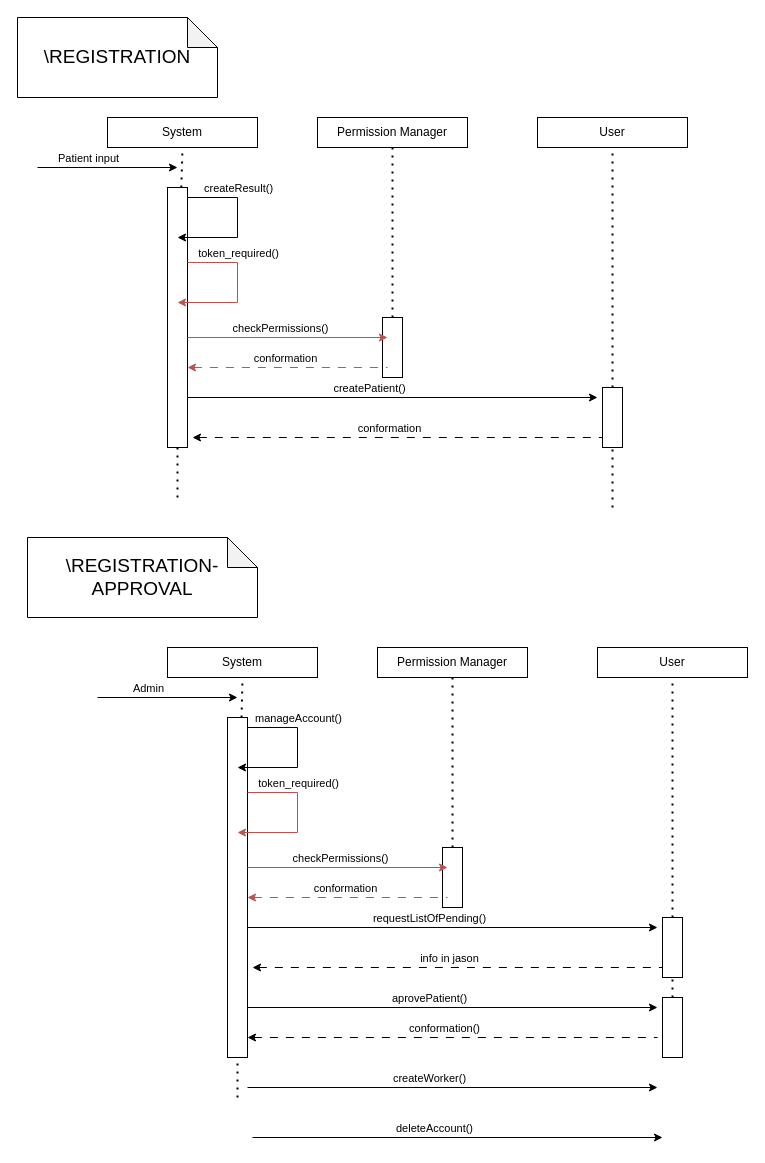
Above: Project_Documentation/sequence_design/Registration.drawio in IndecentTulip/INFO2413 (draw.io), before the change. Source tidied: cells renumbered, new cells numbered last; positions are measured from the earlier drawing's top-left corner, leaving out a move shared by most shapes. Both pictures are drawn from the tidied source at 100%, with x=0, y=0 at pixel (17, 17).
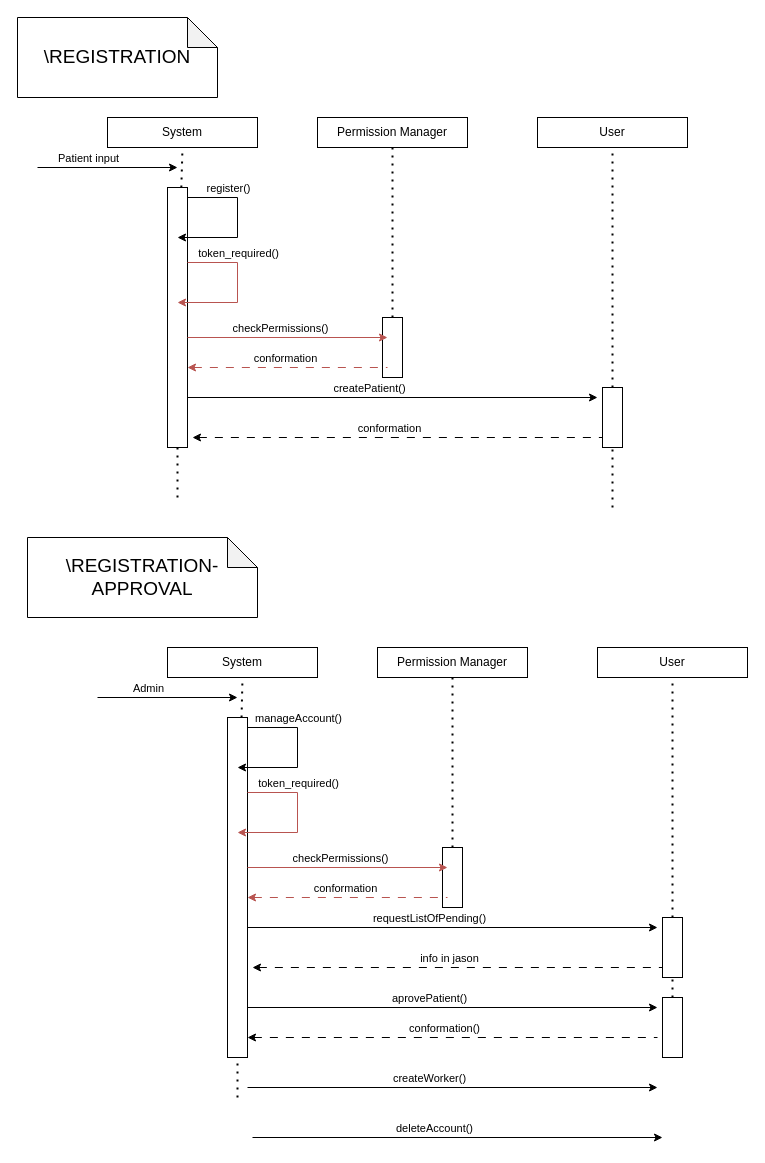
The same page after the edit.

The change refers to these unchanged cells:
```xml
<mxCell id="9" style="endArrow=classic;html=1;rounded=0;" parent="1" edge="1">
  <mxGeometry relative="1" as="geometry">
    <mxPoint x="170" y="180" as="sourcePoint" />
    <mxPoint x="160" y="220" as="targetPoint" />
    <Array as="points">
      <mxPoint x="220" y="180" />
      <mxPoint x="220" y="220" />
    </Array>
  </mxGeometry>
</mxCell>
```

Diff of the diagram source:
```diff
@@
-    <mxCell id="10" value="createResult()" style="edgeLabel;html=1;align=center;verticalAlign=middle;" parent="9" vertex="1">
+    <mxCell id="10" value="register()" style="edgeLabel;html=1;align=center;verticalAlign=middle;" parent="9" vertex="1">
       <mxGeometry x="-0.61" y="-2" relative="1" as="geometry">
-        <mxPoint x="21" y="-12" as="offset" />
+        <mxPoint x="11" y="-12" as="offset" />
       </mxGeometry>
     </mxCell>
```
